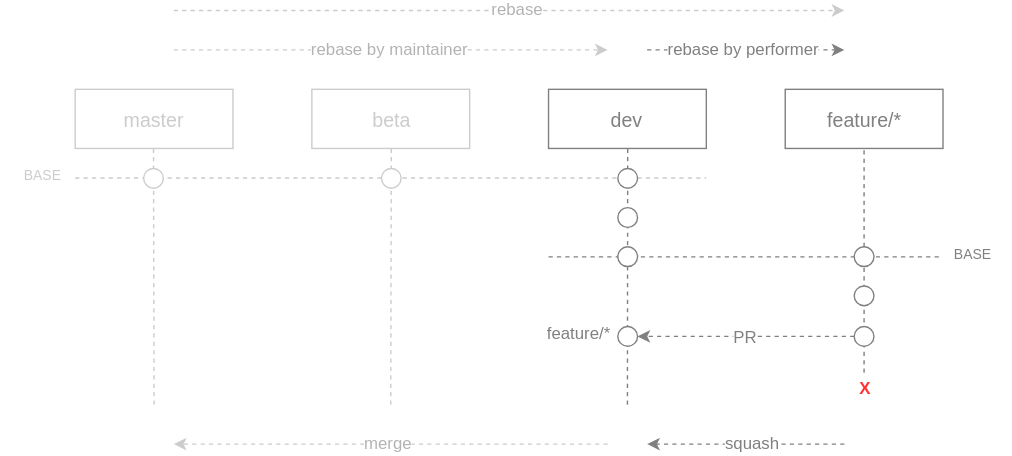
ajile/draw-io keeps this draw.io diagram as gitflow-v2.0.0.svg. Above is the earlier version. Source tidied: cells renumbered, new cells last; positions are measured from the earlier drawing's top-left corner, leaving out a move shared by most shapes.
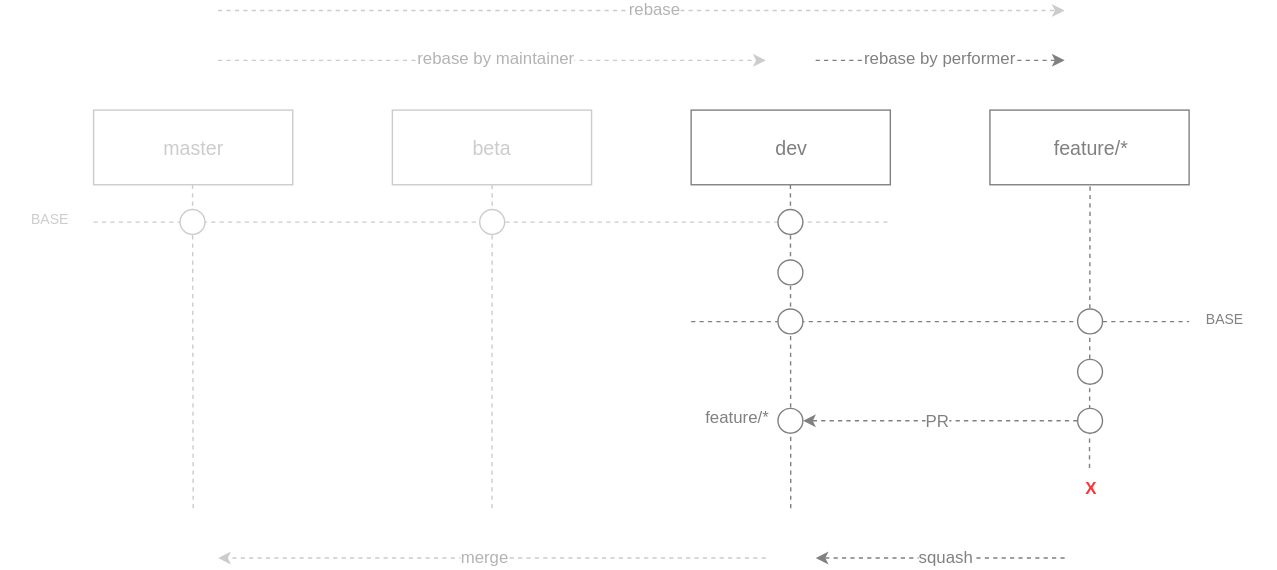
Later version of the same file.

Change to the diagram source:
```diff
@@ -2,84 +2,87 @@
   <root>
     <mxCell id="0" />
     <mxCell id="1" parent="0" />
+    <mxCell id="37" style="group;" parent="1" vertex="1">
+      <mxGeometry width="910" height="391" as="geometry" />
+    </mxCell>
-    <mxCell id="2" style="endArrow=none;html=1;dashed=1;fontSize=14;fontColor=#808080;endFill=0;strokeColor=#808080;" parent="1" edge="1">
+    <mxCell id="2" style="endArrow=none;html=1;dashed=1;fontSize=14;fontColor=#808080;endFill=0;strokeColor=#808080;" parent="37" edge="1">
       <mxGeometry relative="1" as="geometry">
-        <mxPoint x="391.4" y="176.1" as="sourcePoint" />
-        <mxPoint x="673.4" y="176.1" as="targetPoint" />
+        <mxPoint x="493.1" y="222.2" as="sourcePoint" />
+        <mxPoint x="848.7" y="222.2" as="targetPoint" />
       </mxGeometry>
     </mxCell>
-    <mxCell id="3" style="endArrow=none;html=1;dashed=1;fontSize=14;fontColor=#CCCCCC;endFill=0;strokeColor=#CCCCCC;" parent="1" edge="1">
+    <mxCell id="3" style="endArrow=none;html=1;dashed=1;fontSize=14;fontColor=#CCCCCC;endFill=0;strokeColor=#CCCCCC;" parent="37" edge="1">
       <mxGeometry relative="1" as="geometry">
-        <mxPoint x="53" y="119.8" as="sourcePoint" />
-        <mxPoint x="504.2" y="119.8" as="targetPoint" />
+        <mxPoint x="66.3" y="151.1" as="sourcePoint" />
+        <mxPoint x="635.4" y="151.1" as="targetPoint" />
       </mxGeometry>
     </mxCell>
-    <mxCell id="4" value="master" style="whiteSpace=wrap;html=1;fillColor=#FFFFFF;fontSize=14;fontColor=#CCCCCC;align=center;strokeColor=#CCCCCC;" parent="1" vertex="1">
-      <mxGeometry x="53" y="56.4" width="112.8" height="42.3" as="geometry" />
+    <mxCell id="4" value="master" style="whiteSpace=wrap;html=1;fillColor=#FFFFFF;fontSize=14;fontColor=#CCCCCC;align=center;strokeColor=#CCCCCC;" parent="37" vertex="1">
+      <mxGeometry x="66.3" y="71.1" width="142.3" height="53.3" as="geometry" />
     </mxCell>
-    <mxCell id="5" style="endArrow=none;html=1;dashed=1;fontSize=14;fontColor=#CCCCCC;entryX=0.5;entryY=1;endFill=0;strokeColor=#CCCCCC;" parent="1" edge="1" target="4">
+    <mxCell id="5" style="endArrow=none;html=1;dashed=1;fontSize=14;fontColor=#CCCCCC;entryX=0.5;entryY=1;endFill=0;strokeColor=#CCCCCC;" parent="37" edge="1" target="4">
       <mxGeometry relative="1" as="geometry">
-        <mxPoint x="109.4" y="281.8" as="sourcePoint" />
+        <mxPoint x="137.5" y="355.5" as="sourcePoint" />
       </mxGeometry>
     </mxCell>
-    <mxCell id="6" value="beta" style="whiteSpace=wrap;html=1;fillColor=#FFFFFF;fontSize=14;fontColor=#CCCCCC;align=center;strokeColor=#CCCCCC;" parent="1" vertex="1">
-      <mxGeometry x="222.2" y="56.4" width="112.8" height="42.3" as="geometry" />
+    <mxCell id="6" value="beta" style="whiteSpace=wrap;html=1;fillColor=#FFFFFF;fontSize=14;fontColor=#CCCCCC;align=center;strokeColor=#CCCCCC;" parent="37" vertex="1">
+      <mxGeometry x="279.7" y="71.1" width="142.3" height="53.3" as="geometry" />
     </mxCell>
-    <mxCell id="7" style="endArrow=none;html=1;dashed=1;fontSize=14;fontColor=#CCCCCC;entryX=0.5;entryY=1;endFill=0;strokeColor=#CCCCCC;" parent="1" edge="1" target="6">
+    <mxCell id="7" style="endArrow=none;html=1;dashed=1;fontSize=14;fontColor=#CCCCCC;entryX=0.5;entryY=1;endFill=0;strokeColor=#CCCCCC;" parent="37" edge="1" target="6">
       <mxGeometry relative="1" as="geometry">
-        <mxPoint x="278.6" y="281.8" as="sourcePoint" />
+        <mxPoint x="350.8" y="355.5" as="sourcePoint" />
       </mxGeometry>
     </mxCell>
-    <mxCell id="8" value="dev" style="whiteSpace=wrap;html=1;fillColor=#FFFFFF;fontSize=14;fontColor=#808080;align=center;strokeColor=#808080;" parent="1" vertex="1">
-      <mxGeometry x="391.4" y="56.4" width="112.8" height="42.3" as="geometry" />
+    <mxCell id="8" value="dev" style="whiteSpace=wrap;html=1;fillColor=#FFFFFF;fontSize=14;fontColor=#808080;align=center;strokeColor=#808080;" parent="37" vertex="1">
+      <mxGeometry x="493.1" y="71.1" width="142.3" height="53.3" as="geometry" />
     </mxCell>
-    <mxCell id="9" style="endArrow=none;html=1;dashed=1;fontSize=14;fontColor=#808080;entryX=0.5;entryY=1;endFill=0;strokeColor=#808080;" parent="1" edge="1" target="8">
+    <mxCell id="9" style="endArrow=none;html=1;dashed=1;fontSize=14;fontColor=#808080;entryX=0.5;entryY=1;endFill=0;strokeColor=#808080;" parent="37" edge="1" target="8">
       <mxGeometry relative="1" as="geometry">
-        <mxPoint x="447.8" y="281.8" as="sourcePoint" />
+        <mxPoint x="564.2" y="355.5" as="sourcePoint" />
       </mxGeometry>
     </mxCell>
-    <mxCell id="10" value="feature/*" style="whiteSpace=wrap;html=1;fillColor=#FFFFFF;fontSize=14;fontColor=#808080;align=center;strokeColor=#808080;" parent="1" vertex="1">
-      <mxGeometry x="560.6" y="56.4" width="112.8" height="42.3" as="geometry" />
+    <mxCell id="10" value="feature/*" style="whiteSpace=wrap;html=1;fillColor=#FFFFFF;fontSize=14;fontColor=#808080;align=center;strokeColor=#808080;" parent="37" vertex="1">
+      <mxGeometry x="706.5" y="71.1" width="142.3" height="53.3" as="geometry" />
     </mxCell>
-    <mxCell id="11" style="endArrow=none;html=1;dashed=1;fontSize=14;fontColor=#808080;entryX=0.5;entryY=1;endFill=0;strokeColor=#808080;" parent="1" edge="1" target="10">
+    <mxCell id="11" style="endArrow=none;html=1;dashed=1;fontSize=14;fontColor=#808080;entryX=0.5;entryY=1;endFill=0;strokeColor=#808080;" parent="37" edge="1" target="10">
       <mxGeometry relative="1" as="geometry">
-        <mxPoint x="617" y="259" as="sourcePoint" />
+        <mxPoint x="777.6" y="326.7" as="sourcePoint" />
       </mxGeometry>
     </mxCell>
-    <mxCell id="12" style="ellipse;whiteSpace=wrap;html=1;strokeColor=#CCCCCC;fillColor=#FFFFFF;fontSize=14;fontColor=#CCCCCC;align=center;" parent="1" vertex="1">
-      <mxGeometry x="102.4" y="112.7" width="14.1" height="14.1" as="geometry" />
+    <mxCell id="12" style="ellipse;whiteSpace=wrap;html=1;strokeColor=#CCCCCC;fillColor=#FFFFFF;fontSize=14;fontColor=#CCCCCC;align=center;" parent="37" vertex="1">
+      <mxGeometry x="128.6" y="142.2" width="17.8" height="17.8" as="geometry" />
     </mxCell>
-    <mxCell id="13" style="ellipse;whiteSpace=wrap;html=1;strokeColor=#CCCCCC;fillColor=#FFFFFF;fontSize=14;fontColor=#CCCCCC;align=center;" parent="1" vertex="1">
-      <mxGeometry x="271.6" y="112.7" width="14.1" height="14.1" as="geometry" />
+    <mxCell id="13" style="ellipse;whiteSpace=wrap;html=1;strokeColor=#CCCCCC;fillColor=#FFFFFF;fontSize=14;fontColor=#CCCCCC;align=center;" parent="37" vertex="1">
+      <mxGeometry x="342" y="142.2" width="17.8" height="17.8" as="geometry" />
     </mxCell>
-    <mxCell id="14" style="ellipse;whiteSpace=wrap;html=1;strokeColor=#808080;fillColor=#FFFFFF;fontSize=14;fontColor=#808080;align=center;" parent="1" vertex="1">
-      <mxGeometry x="440.8" y="112.7" width="14.1" height="14.1" as="geometry" />
+    <mxCell id="14" style="ellipse;whiteSpace=wrap;html=1;strokeColor=#808080;fillColor=#FFFFFF;fontSize=14;fontColor=#808080;align=center;" parent="37" vertex="1">
+      <mxGeometry x="555.3" y="142.2" width="17.8" height="17.8" as="geometry" />
     </mxCell>
-    <mxCell id="15" style="ellipse;whiteSpace=wrap;html=1;strokeColor=#808080;fillColor=#FFFFFF;fontSize=14;fontColor=#808080;align=center;" parent="1" vertex="1">
-      <mxGeometry x="440.8" y="140.9" width="14.1" height="14.1" as="geometry" />
+    <mxCell id="15" style="ellipse;whiteSpace=wrap;html=1;strokeColor=#808080;fillColor=#FFFFFF;fontSize=14;fontColor=#808080;align=center;" parent="37" vertex="1">
+      <mxGeometry x="555.3" y="177.7" width="17.8" height="17.8" as="geometry" />
     </mxCell>
-    <mxCell id="16" style="ellipse;whiteSpace=wrap;html=1;strokeColor=#808080;fillColor=#FFFFFF;fontSize=14;fontColor=#808080;align=center;" parent="1" vertex="1">
-      <mxGeometry x="440.8" y="169.1" width="14.1" height="14.1" as="geometry" />
+    <mxCell id="16" style="ellipse;whiteSpace=wrap;html=1;strokeColor=#808080;fillColor=#FFFFFF;fontSize=14;fontColor=#808080;align=center;" parent="37" vertex="1">
+      <mxGeometry x="555.3" y="213.3" width="17.8" height="17.8" as="geometry" />
     </mxCell>
-    <mxCell id="17" style="ellipse;whiteSpace=wrap;html=1;strokeColor=#808080;fillColor=#FFFFFF;fontSize=14;fontColor=#808080;align=center;" parent="1" vertex="1">
-      <mxGeometry x="610" y="169.1" width="14.1" height="14.1" as="geometry" />
+    <mxCell id="17" style="ellipse;whiteSpace=wrap;html=1;strokeColor=#808080;fillColor=#FFFFFF;fontSize=14;fontColor=#808080;align=center;" parent="37" vertex="1">
+      <mxGeometry x="768.7" y="213.3" width="17.8" height="17.8" as="geometry" />
     </mxCell>
-    <mxCell id="18" style="ellipse;whiteSpace=wrap;html=1;strokeColor=#808080;fillColor=#FFFFFF;fontSize=14;fontColor=#808080;align=center;" parent="1" vertex="1">
-      <mxGeometry x="610" y="197.3" width="14.1" height="14.1" as="geometry" />
+    <mxCell id="18" style="ellipse;whiteSpace=wrap;html=1;strokeColor=#808080;fillColor=#FFFFFF;fontSize=14;fontColor=#808080;align=center;" parent="37" vertex="1">
+      <mxGeometry x="768.7" y="248.8" width="17.8" height="17.8" as="geometry" />
     </mxCell>
-    <mxCell id="19" style="ellipse;whiteSpace=wrap;html=1;strokeColor=#808080;fillColor=#FFFFFF;fontSize=14;fontColor=#808080;align=center;" parent="1" vertex="1">
-      <mxGeometry x="610" y="225.5" width="14.1" height="14.1" as="geometry" />
+    <mxCell id="19" style="ellipse;whiteSpace=wrap;html=1;strokeColor=#808080;fillColor=#FFFFFF;fontSize=14;fontColor=#808080;align=center;" parent="37" vertex="1">
+      <mxGeometry x="768.7" y="284.4" width="17.8" height="17.8" as="geometry" />
     </mxCell>
-    <mxCell id="20" value="BASE" style="text;html=1;strokeColor=none;fillColor=none;align=center;verticalAlign=middle;whiteSpace=wrap;fontSize=10;fontColor=#CCCCCC;" parent="1" vertex="1">
-      <mxGeometry x="0.4" y="103.9" width="56.4" height="28.2" as="geometry" />
+    <mxCell id="20" value="BASE" style="text;html=1;strokeColor=none;fillColor=none;align=center;verticalAlign=middle;whiteSpace=wrap;fontSize=10;fontColor=#CCCCCC;" parent="37" vertex="1">
+      <mxGeometry y="131" width="71.1" height="35.5" as="geometry" />
     </mxCell>
-    <mxCell id="21" value="BASE" style="text;html=1;strokeColor=none;fillColor=none;align=center;verticalAlign=middle;whiteSpace=wrap;fontSize=10;fontColor=#808080;" parent="1" vertex="1">
-      <mxGeometry x="665.6" y="160.2" width="56.4" height="28.2" as="geometry" />
+    <mxCell id="21" value="BASE" style="text;html=1;strokeColor=none;fillColor=none;align=center;verticalAlign=middle;whiteSpace=wrap;fontSize=10;fontColor=#808080;" parent="37" vertex="1">
+      <mxGeometry x="838.9" y="202.1" width="71.1" height="35.5" as="geometry" />
     </mxCell>
-    <mxCell id="22" style="ellipse;whiteSpace=wrap;html=1;strokeColor=#808080;fillColor=#FFFFFF;fontSize=14;fontColor=#808080;align=center;" parent="1" vertex="1">
-      <mxGeometry x="440.8" y="225.5" width="14.1" height="14.1" as="geometry" />
+    <mxCell id="22" style="ellipse;whiteSpace=wrap;html=1;strokeColor=#808080;fillColor=#FFFFFF;fontSize=14;fontColor=#808080;align=center;" parent="37" vertex="1">
+      <mxGeometry x="555.3" y="284.4" width="17.8" height="17.8" as="geometry" />
     </mxCell>
-    <mxCell id="23" style="endArrow=classic;html=1;dashed=1;strokeColor=#808080;fontSize=10;fontColor=#808080;entryX=1;entryY=0.5;exitX=0;exitY=0.5;" parent="1" edge="1" source="19" target="22">
+    <mxCell id="23" style="endArrow=classic;html=1;dashed=1;strokeColor=#808080;fontSize=10;fontColor=#808080;entryX=1;entryY=0.5;exitX=0;exitY=0.5;" parent="37" edge="1" source="19" target="22">
       <mxGeometry relative="1" as="geometry" />
     </mxCell>
     <mxCell id="24" value="PR" style="text;html=1;align=center;verticalAlign=middle;labelBackgroundColor=#ffffff;fontSize=12;fontColor=#808080;" parent="23" vertex="1">
@@ -87,13 +90,13 @@
         <mxPoint x="6" y="-2" as="offset" />
       </mxGeometry>
     </mxCell>
-    <mxCell id="25" value="&lt;div style=&quot;text-align: right&quot;&gt;&lt;span&gt;feature/*&lt;/span&gt;&lt;/div&gt;" style="text;html=1;strokeColor=none;fillColor=none;align=right;verticalAlign=middle;whiteSpace=wrap;fontSize=12;fontColor=#808080;" parent="1" vertex="1">
-      <mxGeometry x="359" y="215.6" width="77.6" height="28.2" as="geometry" />
+    <mxCell id="25" value="&lt;div style=&quot;text-align: right&quot;&gt;&lt;span&gt;feature/*&lt;/span&gt;&lt;/div&gt;" style="text;html=1;strokeColor=none;fillColor=none;align=right;verticalAlign=middle;whiteSpace=wrap;fontSize=12;fontColor=#808080;" parent="37" vertex="1">
+      <mxGeometry x="452.2" y="271.9" width="97.8" height="35.5" as="geometry" />
     </mxCell>
-    <mxCell id="26" style="endArrow=classic;html=1;dashed=1;strokeColor=#808080;fontSize=10;fontColor=#808080;" parent="1" edge="1">
+    <mxCell id="26" style="endArrow=classic;html=1;dashed=1;strokeColor=#808080;fontSize=10;fontColor=#808080;" parent="37" edge="1">
       <mxGeometry relative="1" as="geometry">
-        <mxPoint x="602.9" y="310" as="sourcePoint" />
-        <mxPoint x="461.9" y="310" as="targetPoint" />
+        <mxPoint x="759.8" y="391" as="sourcePoint" />
+        <mxPoint x="582" y="391" as="targetPoint" />
       </mxGeometry>
     </mxCell>
     <mxCell id="27" value="squash" style="text;html=1;align=center;verticalAlign=middle;labelBackgroundColor=#ffffff;fontSize=12;fontColor=#808080;" parent="26" vertex="1">
@@ -101,10 +104,10 @@
         <mxPoint x="10" y="-2" as="offset" />
       </mxGeometry>
     </mxCell>
-    <mxCell id="28" style="endArrow=classic;html=1;dashed=1;strokeColor=#CCCCCC;fontSize=10;fontColor=#808080;" parent="1" edge="1">
+    <mxCell id="28" style="endArrow=classic;html=1;dashed=1;strokeColor=#CCCCCC;fontSize=10;fontColor=#808080;" parent="37" edge="1">
       <mxGeometry relative="1" as="geometry">
-        <mxPoint x="433.7" y="310" as="sourcePoint" />
-        <mxPoint x="123.5" y="310" as="targetPoint" />
+        <mxPoint x="546.4" y="391" as="sourcePoint" />
+        <mxPoint x="155.2" y="391" as="targetPoint" />
       </mxGeometry>
     </mxCell>
     <mxCell id="29" value="merge" style="text;html=1;align=center;verticalAlign=middle;labelBackgroundColor=#ffffff;fontSize=12;fontColor=#B3B3B3;" parent="28" vertex="1">
@@ -112,10 +115,10 @@
         <mxPoint x="9" y="-2" as="offset" />
       </mxGeometry>
     </mxCell>
-    <mxCell id="30" style="endArrow=classic;html=1;dashed=1;strokeColor=#CCCCCC;fontSize=10;fontColor=#808080;" parent="1" edge="1">
+    <mxCell id="30" style="endArrow=classic;html=1;dashed=1;strokeColor=#CCCCCC;fontSize=10;fontColor=#808080;" parent="37" edge="1">
       <mxGeometry relative="1" as="geometry">
-        <mxPoint x="123.5" as="sourcePoint" />
-        <mxPoint x="602.9" as="targetPoint" />
+        <mxPoint x="155.2" as="sourcePoint" />
+        <mxPoint x="759.8" as="targetPoint" />
       </mxGeometry>
     </mxCell>
     <mxCell id="31" value="rebase" style="text;html=1;align=center;verticalAlign=middle;labelBackgroundColor=#ffffff;fontSize=12;fontColor=#B3B3B3;" parent="30" vertex="1">
@@ -123,10 +126,10 @@
         <mxPoint x="-12" y="-2" as="offset" />
       </mxGeometry>
     </mxCell>
-    <mxCell id="32" style="endArrow=classic;html=1;dashed=1;strokeColor=#CCCCCC;fontSize=10;fontColor=#808080;" parent="1" edge="1">
+    <mxCell id="32" style="endArrow=classic;html=1;dashed=1;strokeColor=#CCCCCC;fontSize=10;fontColor=#808080;" parent="37" edge="1">
       <mxGeometry relative="1" as="geometry">
-        <mxPoint x="123.5" y="28.2" as="sourcePoint" />
-        <mxPoint x="433.7" y="28.2" as="targetPoint" />
+        <mxPoint x="155.2" y="35.5" as="sourcePoint" />
+        <mxPoint x="546.4" y="35.5" as="targetPoint" />
       </mxGeometry>
     </mxCell>
     <mxCell id="33" value="rebase by maintainer" style="text;html=1;align=center;verticalAlign=middle;labelBackgroundColor=#ffffff;fontSize=12;fontColor=#B3B3B3;" parent="32" vertex="1">
@@ -134,10 +137,10 @@
         <mxPoint x="-12" y="-2" as="offset" />
       </mxGeometry>
     </mxCell>
-    <mxCell id="34" style="endArrow=classic;html=1;dashed=1;strokeColor=#808080;fontSize=10;fontColor=#808080;" parent="1" edge="1">
+    <mxCell id="34" style="endArrow=classic;html=1;dashed=1;strokeColor=#808080;fontSize=10;fontColor=#808080;" parent="37" edge="1">
       <mxGeometry relative="1" as="geometry">
-        <mxPoint x="461.9" y="28.2" as="sourcePoint" />
-        <mxPoint x="602.9" y="28.2" as="targetPoint" />
+        <mxPoint x="582" y="35.5" as="sourcePoint" />
+        <mxPoint x="759.8" y="35.5" as="targetPoint" />
       </mxGeometry>
     </mxCell>
     <mxCell id="35" value="rebase by&amp;nbsp;&lt;span&gt;performer&lt;/span&gt;" style="text;html=1;align=center;verticalAlign=middle;labelBackgroundColor=#ffffff;fontSize=12;fontColor=#808080;" parent="34" vertex="1">
@@ -145,8 +148,8 @@
         <mxPoint x="-7" y="-2" as="offset" />
       </mxGeometry>
     </mxCell>
-    <mxCell id="36" value="X" style="text;html=1;strokeColor=none;fillColor=none;align=center;verticalAlign=middle;whiteSpace=wrap;labelBackgroundColor=#ffffff;fontSize=12;fontColor=#FF3333;fontStyle=1;" parent="1" vertex="1">
-      <mxGeometry x="597" y="260" width="40" height="20" as="geometry" />
+    <mxCell id="36" value="X" style="text;html=1;strokeColor=none;fillColor=none;align=center;verticalAlign=middle;whiteSpace=wrap;labelBackgroundColor=#ffffff;fontSize=12;fontColor=#FF3333;fontStyle=1;" parent="37" vertex="1">
+      <mxGeometry x="752.4" y="327.9" width="50.4" height="25.2" as="geometry" />
     </mxCell>
   </root>
 </mxGraphModel>
```
